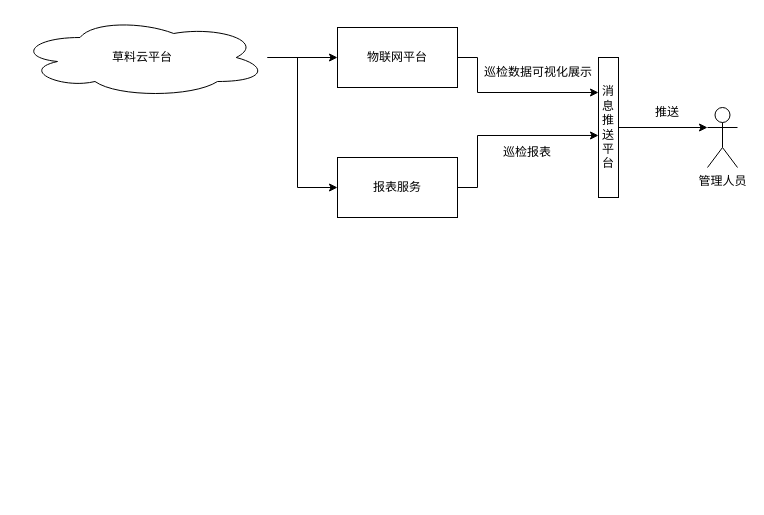
Before: 11.drawio in uion-080/base-dao1, a draw.io diagram. Source tidied: cells renumbered, new cells numbered last; positions are measured from the earlier drawing's top-left corner, leaving out a move shared by most shapes. Both pictures are drawn from the tidied source at 100%, with x=0, y=0 at pixel (17, 17).
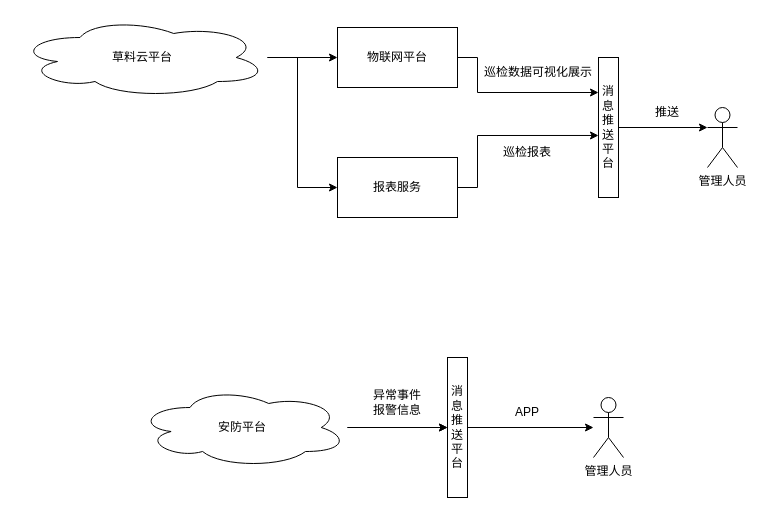
After the change.

What changed in the source:
```diff
@@
+    <mxCell id="15" style="edgeStyle=orthogonalEdgeStyle;rounded=0;jettySize=auto;html=1;entryX=0;entryY=0.5;entryDx=0;entryDy=0;" parent="1" edge="1" source="17" target="19">
+      <mxGeometry relative="1" as="geometry" />
+    </mxCell>
+    <mxCell id="16" style="edgeStyle=orthogonalEdgeStyle;rounded=0;jettySize=auto;html=1;" parent="1" edge="1" source="17" target="19">
+      <mxGeometry relative="1" as="geometry" />
+    </mxCell>
+    <mxCell id="17" value="安防平台" style="ellipse;shape=cloud;whiteSpace=wrap;html=1;" parent="1" vertex="1">
+      <mxGeometry x="120" y="370" width="210" height="80" as="geometry" />
+    </mxCell>
+    <mxCell id="18" style="edgeStyle=orthogonalEdgeStyle;rounded=0;jettySize=auto;html=1;" parent="1" edge="1" source="19" target="20">
+      <mxGeometry relative="1" as="geometry" />
+    </mxCell>
+    <mxCell id="19" value="消息推送平台" style="rounded=0;whiteSpace=wrap;html=1;" parent="1" vertex="1">
+      <mxGeometry x="430" y="340" width="20" height="140" as="geometry" />
+    </mxCell>
+    <mxCell id="20" value="管理人员" style="shape=umlActor;verticalLabelPosition=bottom;verticalAlign=top;html=1;outlineConnect=0;" parent="1" vertex="1">
+      <mxGeometry x="576" y="380" width="30" height="60" as="geometry" />
+    </mxCell>
+    <mxCell id="21" value="异常事件报警信息" style="text;strokeColor=none;align=center;fillColor=none;html=1;verticalAlign=middle;whiteSpace=wrap;rounded=0;" parent="1" vertex="1">
+      <mxGeometry x="350" y="370" width="60" height="30" as="geometry" />
+    </mxCell>
+    <mxCell id="22" value="APP" style="text;strokeColor=none;align=center;fillColor=none;html=1;verticalAlign=middle;whiteSpace=wrap;rounded=0;" parent="1" vertex="1">
+      <mxGeometry x="480" y="380" width="60" height="30" as="geometry" />
+    </mxCell>
```
